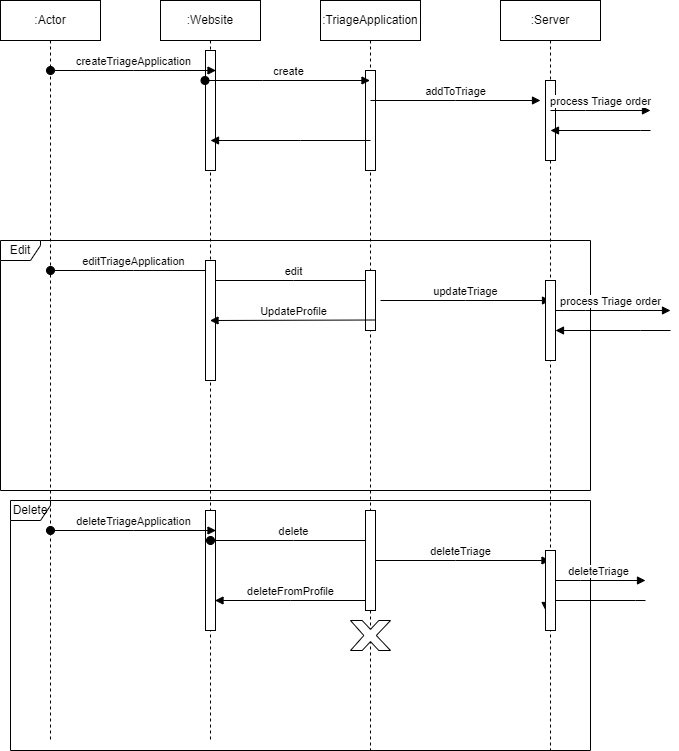
Before: Milestone2/activityDiagrams/Copy of create triage application sequence diagram.drawio.png, a diagram exported from draw.io (SENG-350-2024-fall/Team5). Source tidied: cells renumbered, new cells last; positions are measured from the earlier drawing's top-left corner, leaving out a move shared by most shapes. Source of this version:
```xml
<mxGraphModel>
  <root>
    <mxCell id="0" />
    <mxCell id="1" parent="0" />
    <mxCell id="2" value="&lt;div&gt;:TriageApplication&lt;/div&gt;" style="shape=umlLifeline;perimeter=lifelinePerimeter;whiteSpace=wrap;html=1;outlineConnect=0;portConstraint=eastwest;newEdgeStyle={&quot;edgeStyle&quot;:&quot;elbowEdgeStyle&quot;,&quot;elbow&quot;:&quot;vertical&quot;,&quot;curved&quot;:0,&quot;rounded&quot;:0};" parent="1" vertex="1">
      <mxGeometry x="320" width="100" height="750" as="geometry" />
    </mxCell>
    <mxCell id="3" style="html=1;perimeter=orthogonalPerimeter;targetShapes=umlLifeline;newEdgeStyle={&quot;edgeStyle&quot;:&quot;elbowEdgeStyle&quot;,&quot;elbow&quot;:&quot;vertical&quot;,&quot;curved&quot;:0,&quot;rounded&quot;:0};" parent="2" vertex="1">
      <mxGeometry x="45" y="70" width="10" height="100" as="geometry" />
    </mxCell>
    <mxCell id="4" value=":Server" style="shape=umlLifeline;perimeter=lifelinePerimeter;whiteSpace=wrap;html=1;outlineConnect=0;portConstraint=eastwest;newEdgeStyle={&quot;edgeStyle&quot;:&quot;elbowEdgeStyle&quot;,&quot;elbow&quot;:&quot;vertical&quot;,&quot;curved&quot;:0,&quot;rounded&quot;:0};" parent="1" vertex="1">
      <mxGeometry x="500" width="100" height="750" as="geometry" />
    </mxCell>
    <mxCell id="5" style="html=1;perimeter=orthogonalPerimeter;targetShapes=umlLifeline;newEdgeStyle={&quot;edgeStyle&quot;:&quot;elbowEdgeStyle&quot;,&quot;elbow&quot;:&quot;vertical&quot;,&quot;curved&quot;:0,&quot;rounded&quot;:0};" parent="4" vertex="1">
      <mxGeometry x="45" y="80" width="10" height="80" as="geometry" />
    </mxCell>
    <mxCell id="6" value=":Website" style="shape=umlLifeline;perimeter=lifelinePerimeter;whiteSpace=wrap;html=1;outlineConnect=0;portConstraint=eastwest;newEdgeStyle={&quot;edgeStyle&quot;:&quot;elbowEdgeStyle&quot;,&quot;elbow&quot;:&quot;vertical&quot;,&quot;curved&quot;:0,&quot;rounded&quot;:0};" parent="1" vertex="1">
      <mxGeometry x="160" width="100" height="740" as="geometry" />
    </mxCell>
    <mxCell id="7" style="html=1;perimeter=orthogonalPerimeter;targetShapes=umlLifeline;newEdgeStyle={&quot;edgeStyle&quot;:&quot;elbowEdgeStyle&quot;,&quot;elbow&quot;:&quot;vertical&quot;,&quot;curved&quot;:0,&quot;rounded&quot;:0};" parent="6" vertex="1">
      <mxGeometry x="45" y="50" width="10" height="120" as="geometry" />
    </mxCell>
    <mxCell id="8" style="html=1;perimeter=orthogonalPerimeter;targetShapes=umlLifeline;newEdgeStyle={&quot;edgeStyle&quot;:&quot;elbowEdgeStyle&quot;,&quot;elbow&quot;:&quot;vertical&quot;,&quot;curved&quot;:0,&quot;rounded&quot;:0};" parent="6" vertex="1">
      <mxGeometry x="45" y="510" width="10" height="120" as="geometry" />
    </mxCell>
    <mxCell id="9" value="create" style="html=1;verticalAlign=bottom;startArrow=oval;endArrow=block;startSize=8;edgeStyle=elbowEdgeStyle;elbow=vertical;curved=0;rounded=0;" parent="1" edge="1" target="2">
      <mxGeometry relative="1" as="geometry">
        <mxPoint x="204.5" y="80" as="sourcePoint" />
      </mxGeometry>
    </mxCell>
    <mxCell id="10" value="addToTriage" style="html=1;verticalAlign=bottom;endArrow=block;edgeStyle=elbowEdgeStyle;elbow=vertical;curved=0;rounded=0;" parent="1" edge="1">
      <mxGeometry relative="1" as="geometry">
        <mxPoint x="370" y="100" as="sourcePoint" />
        <mxPoint x="540" y="100" as="targetPoint" />
        <Array as="points">
          <mxPoint x="455" y="100" />
        </Array>
      </mxGeometry>
    </mxCell>
    <mxCell id="11" value="process Triage order" style="html=1;verticalAlign=bottom;endArrow=block;edgeStyle=elbowEdgeStyle;elbow=vertical;curved=0;rounded=0;" parent="1" edge="1">
      <mxGeometry relative="1" as="geometry">
        <mxPoint x="550" y="110" as="sourcePoint" />
        <mxPoint x="650" y="110" as="targetPoint" />
        <Array as="points">
          <mxPoint x="585" y="110" />
          <mxPoint x="635" y="100" />
        </Array>
      </mxGeometry>
    </mxCell>
    <mxCell id="12" style="html=1;verticalAlign=bottom;endArrow=block;edgeStyle=elbowEdgeStyle;elbow=vertical;curved=0;rounded=0;" parent="1" edge="1">
      <mxGeometry relative="1" as="geometry">
        <mxPoint x="650" y="130" as="sourcePoint" />
        <mxPoint x="550" y="130" as="targetPoint" />
        <Array as="points">
          <mxPoint x="640" y="130" />
        </Array>
      </mxGeometry>
    </mxCell>
    <mxCell id="13" value="Edit" style="shape=umlFrame;whiteSpace=wrap;html=1;width=40;height=20;" parent="1" vertex="1">
      <mxGeometry y="240" width="590" height="250" as="geometry" />
    </mxCell>
    <mxCell id="14" value="edit" style="html=1;verticalAlign=bottom;startArrow=oval;endArrow=block;startSize=8;edgeStyle=elbowEdgeStyle;elbow=vertical;curved=0;rounded=0;" parent="1" edge="1">
      <mxGeometry relative="1" as="geometry">
        <mxPoint x="210" y="280" as="sourcePoint" />
        <mxPoint x="375.5" y="280" as="targetPoint" />
      </mxGeometry>
    </mxCell>
    <mxCell id="15" value="updateTriage" style="html=1;verticalAlign=bottom;endArrow=block;edgeStyle=elbowEdgeStyle;elbow=vertical;curved=0;rounded=0;" parent="1" edge="1">
      <mxGeometry relative="1" as="geometry">
        <mxPoint x="380" y="300" as="sourcePoint" />
        <mxPoint x="550" y="300" as="targetPoint" />
        <Array as="points">
          <mxPoint x="465" y="300" />
        </Array>
      </mxGeometry>
    </mxCell>
    <mxCell id="16" value="process Triage order" style="html=1;verticalAlign=bottom;endArrow=block;edgeStyle=elbowEdgeStyle;elbow=vertical;curved=0;rounded=0;" parent="1" edge="1">
      <mxGeometry relative="1" as="geometry">
        <mxPoint x="550" y="310" as="sourcePoint" />
        <mxPoint x="670" y="310" as="targetPoint" />
        <Array as="points">
          <mxPoint x="585" y="310" />
          <mxPoint x="635" y="300" />
        </Array>
      </mxGeometry>
    </mxCell>
    <mxCell id="17" style="html=1;verticalAlign=bottom;endArrow=block;edgeStyle=elbowEdgeStyle;elbow=vertical;curved=0;rounded=0;" parent="1" edge="1" source="32">
      <mxGeometry relative="1" as="geometry">
        <mxPoint x="550" y="330" as="targetPoint" />
      </mxGeometry>
    </mxCell>
    <mxCell id="18" value="Delete" style="shape=umlFrame;whiteSpace=wrap;html=1;width=40;height=20;" parent="1" vertex="1">
      <mxGeometry x="10" y="500" width="580" height="250" as="geometry" />
    </mxCell>
    <mxCell id="19" value="delete" style="html=1;verticalAlign=bottom;startArrow=oval;endArrow=block;startSize=8;edgeStyle=elbowEdgeStyle;elbow=horizontal;curved=0;rounded=0;" parent="1" edge="1">
      <mxGeometry relative="1" as="geometry">
        <mxPoint x="210" y="540" as="sourcePoint" />
        <mxPoint x="375.5" y="540" as="targetPoint" />
      </mxGeometry>
    </mxCell>
    <mxCell id="20" value="deleteTriage" style="html=1;verticalAlign=bottom;endArrow=block;edgeStyle=elbowEdgeStyle;elbow=vertical;curved=0;rounded=0;" parent="1" edge="1" target="4">
      <mxGeometry relative="1" as="geometry">
        <mxPoint x="370" y="560" as="sourcePoint" />
        <Array as="points">
          <mxPoint x="455" y="560" />
        </Array>
      </mxGeometry>
    </mxCell>
    <mxCell id="21" value="deleteTriage" style="html=1;verticalAlign=bottom;endArrow=block;edgeStyle=elbowEdgeStyle;elbow=vertical;curved=0;rounded=0;" parent="1" edge="1">
      <mxGeometry relative="1" as="geometry">
        <mxPoint x="550" y="580" as="sourcePoint" />
        <mxPoint x="645" y="580" as="targetPoint" />
        <Array as="points">
          <mxPoint x="580" y="580" />
          <mxPoint x="630" y="570" />
        </Array>
      </mxGeometry>
    </mxCell>
    <mxCell id="22" style="html=1;verticalAlign=bottom;endArrow=block;edgeStyle=elbowEdgeStyle;elbow=vertical;curved=0;rounded=0;" parent="1" edge="1">
      <mxGeometry relative="1" as="geometry">
        <mxPoint x="645" y="600" as="sourcePoint" />
        <mxPoint x="545" y="600" as="targetPoint" />
        <Array as="points">
          <mxPoint x="635" y="600" />
        </Array>
      </mxGeometry>
    </mxCell>
    <mxCell id="23" value=":Actor" style="shape=umlLifeline;perimeter=lifelinePerimeter;whiteSpace=wrap;html=1;newEdgeStyle={&quot;edgeStyle&quot;:&quot;elbowEdgeStyle&quot;,&quot;elbow&quot;:&quot;vertical&quot;,&quot;curved&quot;:0,&quot;rounded&quot;:0};" parent="1" vertex="1">
      <mxGeometry width="100" height="740" as="geometry" />
    </mxCell>
    <mxCell id="24" value="createTriageApplication" style="html=1;verticalAlign=bottom;startArrow=oval;endArrow=block;startSize=8;edgeStyle=elbowEdgeStyle;elbow=vertical;curved=0;rounded=0;" parent="1" edge="1">
      <mxGeometry relative="1" as="geometry">
        <mxPoint x="50" y="70" as="sourcePoint" />
        <mxPoint x="215.5" y="70" as="targetPoint" />
      </mxGeometry>
    </mxCell>
    <mxCell id="25" value="editTriageApplication" style="html=1;verticalAlign=bottom;startArrow=oval;endArrow=block;startSize=8;edgeStyle=elbowEdgeStyle;elbow=vertical;curved=0;rounded=0;" parent="1" edge="1">
      <mxGeometry relative="1" as="geometry">
        <mxPoint x="50" y="270" as="sourcePoint" />
        <mxPoint x="215.5" y="270" as="targetPoint" />
      </mxGeometry>
    </mxCell>
    <mxCell id="26" value="deleteTriageApplication" style="html=1;verticalAlign=bottom;startArrow=oval;endArrow=block;startSize=8;edgeStyle=elbowEdgeStyle;elbow=vertical;curved=0;rounded=0;" parent="1" edge="1">
      <mxGeometry relative="1" as="geometry">
        <mxPoint x="50" y="530" as="sourcePoint" />
        <mxPoint x="215.5" y="530" as="targetPoint" />
      </mxGeometry>
    </mxCell>
    <mxCell id="27" style="verticalLabelPosition=bottom;verticalAlign=top;html=1;shape=mxgraph.basic.x;" parent="1" vertex="1">
      <mxGeometry x="350" y="620" width="40" height="30" as="geometry" />
    </mxCell>
    <mxCell id="28" style="html=1;perimeter=orthogonalPerimeter;targetShapes=umlLifeline;newEdgeStyle={&quot;edgeStyle&quot;:&quot;elbowEdgeStyle&quot;,&quot;elbow&quot;:&quot;vertical&quot;,&quot;curved&quot;:0,&quot;rounded&quot;:0};" parent="1" vertex="1">
      <mxGeometry x="205" y="260" width="10" height="120" as="geometry" />
    </mxCell>
    <mxCell id="29" style="html=1;perimeter=orthogonalPerimeter;targetShapes=umlLifeline;newEdgeStyle={&quot;edgeStyle&quot;:&quot;elbowEdgeStyle&quot;,&quot;elbow&quot;:&quot;vertical&quot;,&quot;curved&quot;:0,&quot;rounded&quot;:0};" parent="1" vertex="1">
      <mxGeometry x="365" y="270" width="10" height="60" as="geometry" />
    </mxCell>
    <mxCell id="30" style="html=1;perimeter=orthogonalPerimeter;targetShapes=umlLifeline;newEdgeStyle={&quot;edgeStyle&quot;:&quot;elbowEdgeStyle&quot;,&quot;elbow&quot;:&quot;vertical&quot;,&quot;curved&quot;:0,&quot;rounded&quot;:0};" parent="1" vertex="1">
      <mxGeometry x="365" y="510" width="10" height="100" as="geometry" />
    </mxCell>
    <mxCell id="31" style="html=1;verticalAlign=bottom;endArrow=block;edgeStyle=elbowEdgeStyle;elbow=vertical;curved=0;rounded=0;" parent="1" edge="1" target="32">
      <mxGeometry relative="1" as="geometry">
        <mxPoint x="670" y="330" as="sourcePoint" />
        <Array as="points">
          <mxPoint x="640" y="330" />
        </Array>
      </mxGeometry>
    </mxCell>
    <mxCell id="32" style="html=1;points=[];perimeter=orthogonalPerimeter;outlineConnect=0;targetShapes=umlLifeline;portConstraint=eastwest;newEdgeStyle={&quot;edgeStyle&quot;:&quot;elbowEdgeStyle&quot;,&quot;elbow&quot;:&quot;vertical&quot;,&quot;curved&quot;:0,&quot;rounded&quot;:0};" parent="1" vertex="1">
      <mxGeometry x="545" y="280" width="10" height="80" as="geometry" />
    </mxCell>
    <mxCell id="33" style="html=1;verticalAlign=bottom;endArrow=block;edgeStyle=elbowEdgeStyle;elbow=vertical;curved=0;rounded=0;" parent="1" edge="1">
      <mxGeometry relative="1" as="geometry">
        <mxPoint x="545" y="580" as="sourcePoint" />
        <mxPoint x="545" y="610" as="targetPoint" />
      </mxGeometry>
    </mxCell>
    <mxCell id="34" style="html=1;perimeter=orthogonalPerimeter;targetShapes=umlLifeline;newEdgeStyle={&quot;edgeStyle&quot;:&quot;elbowEdgeStyle&quot;,&quot;elbow&quot;:&quot;vertical&quot;,&quot;curved&quot;:0,&quot;rounded&quot;:0};" parent="1" vertex="1">
      <mxGeometry x="545" y="550" width="10" height="80" as="geometry" />
    </mxCell>
    <mxCell id="35" value="UpdateProfile" style="html=1;verticalAlign=bottom;endArrow=block;edgeStyle=elbowEdgeStyle;elbow=vertical;curved=0;rounded=0;" parent="1" edge="1" target="6">
      <mxGeometry relative="1" as="geometry">
        <mxPoint x="375" y="319.5" as="sourcePoint" />
      </mxGeometry>
    </mxCell>
    <mxCell id="36" value="deleteFromProfile" style="html=1;verticalAlign=bottom;endArrow=block;edgeStyle=elbowEdgeStyle;elbow=vertical;curved=0;rounded=0;" parent="1" edge="1">
      <mxGeometry relative="1" as="geometry">
        <mxPoint x="365" y="600" as="sourcePoint" />
        <mxPoint x="214.5" y="600" as="targetPoint" />
      </mxGeometry>
    </mxCell>
    <mxCell id="37" style="html=1;verticalAlign=bottom;endArrow=block;edgeStyle=elbowEdgeStyle;elbow=vertical;curved=0;rounded=0;" parent="1" edge="1">
      <mxGeometry relative="1" as="geometry">
        <mxPoint x="370" y="140" as="sourcePoint" />
        <mxPoint x="210" y="140" as="targetPoint" />
        <Array as="points">
          <mxPoint x="300" y="140" />
        </Array>
      </mxGeometry>
    </mxCell>
  </root>
</mxGraphModel>
```
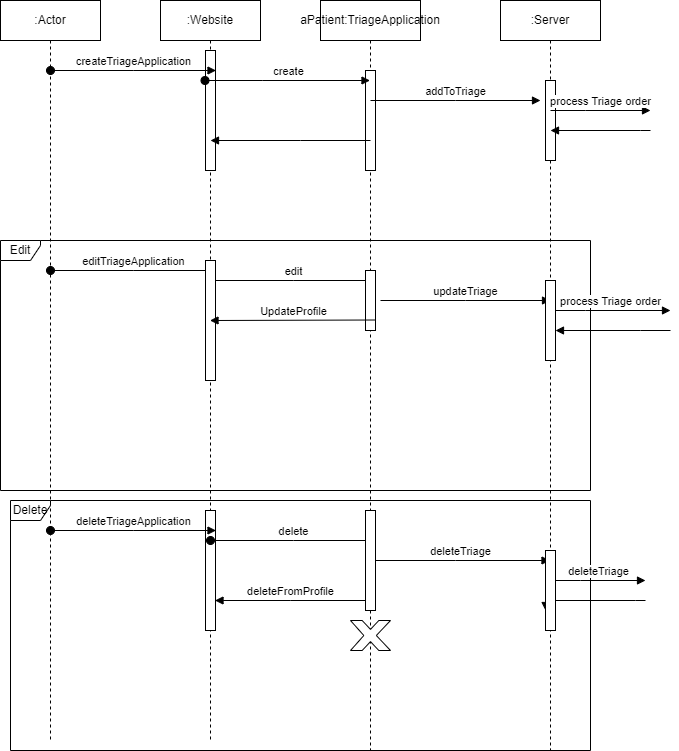
Above is the later version.

What changed in the source:
```diff
@@ -2,7 +2,7 @@
   <root>
     <mxCell id="0" />
     <mxCell id="1" parent="0" />
-    <mxCell id="2" value="&lt;div&gt;:TriageApplication&lt;/div&gt;" style="shape=umlLifeline;perimeter=lifelinePerimeter;whiteSpace=wrap;html=1;outlineConnect=0;portConstraint=eastwest;newEdgeStyle={&quot;edgeStyle&quot;:&quot;elbowEdgeStyle&quot;,&quot;elbow&quot;:&quot;vertical&quot;,&quot;curved&quot;:0,&quot;rounded&quot;:0};" parent="1" vertex="1">
+    <mxCell id="2" value="&lt;div&gt;aPatient:TriageApplication&lt;/div&gt;" style="shape=umlLifeline;perimeter=lifelinePerimeter;whiteSpace=wrap;html=1;outlineConnect=0;portConstraint=eastwest;newEdgeStyle={&quot;edgeStyle&quot;:&quot;elbowEdgeStyle&quot;,&quot;elbow&quot;:&quot;vertical&quot;,&quot;curved&quot;:0,&quot;rounded&quot;:0};" parent="1" vertex="1">
       <mxGeometry x="320" width="100" height="750" as="geometry" />
     </mxCell>
     <mxCell id="3" style="html=1;perimeter=orthogonalPerimeter;targetShapes=umlLifeline;newEdgeStyle={&quot;edgeStyle&quot;:&quot;elbowEdgeStyle&quot;,&quot;elbow&quot;:&quot;vertical&quot;,&quot;curved&quot;:0,&quot;rounded&quot;:0};" parent="2" vertex="1">
```
